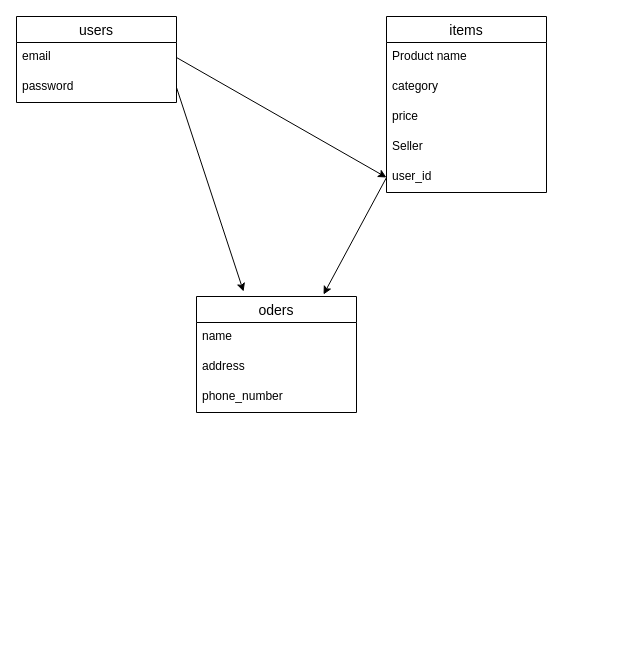
The draw.io diagram ER.dio in Syosen33/furima-40958, before the edit. Source tidied: cells renumbered, new cells numbered last; positions are measured from the earlier drawing's top-left corner, leaving out a move shared by most shapes. Both pictures are drawn from the tidied source at 100%, with x=0, y=0 at pixel (16, 16).
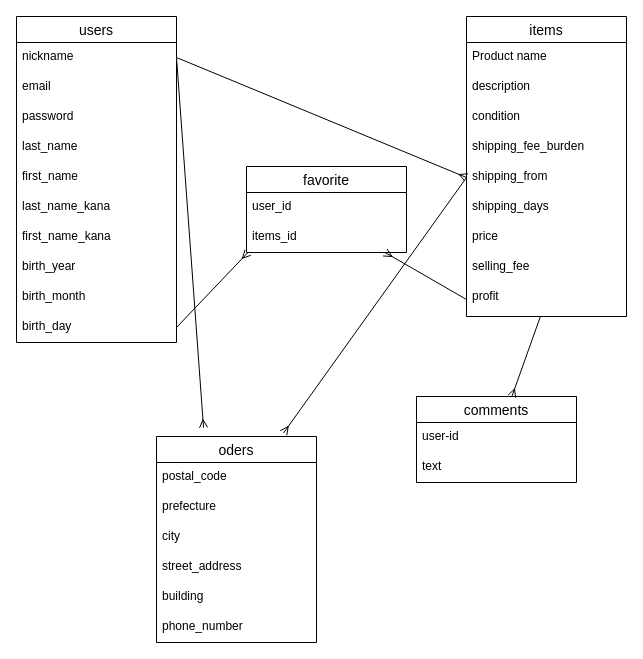
The same diagram, later.

Commit message (it also covers changes not shown here):
データベース設計修正

The edit, as a diff of the source:
```diff
@@
     <mxCell id="2" value="users" style="swimlane;fontStyle=0;horizontal=1;startSize=26;align=center;fontSize=14;" parent="1" vertex="1">
-      <mxGeometry width="160" height="86" as="geometry" />
+      <mxGeometry width="160" height="326" as="geometry" />
     </mxCell>
+    <mxCell id="4" value="nickname" style="text;strokeColor=none;fillColor=none;spacingLeft=4;spacingRight=4;overflow=hidden;points=[[0,0.5],[1,0.5]];portConstraint=eastwest;fontSize=12;" parent="2" vertex="1">
+      <mxGeometry y="26" width="160" height="30" as="geometry" />
+    </mxCell>
     <mxCell id="3" value="email" style="text;strokeColor=none;fillColor=none;spacingLeft=4;spacingRight=4;overflow=hidden;fontSize=12;" parent="2" vertex="1">
-      <mxGeometry y="26" width="160" height="30" as="geometry" />
+      <mxGeometry y="56" width="160" height="30" as="geometry" />
     </mxCell>
-    <mxCell id="4" value="password" style="text;strokeColor=none;fillColor=none;spacingLeft=4;spacingRight=4;overflow=hidden;points=[[0,0.5],[1,0.5]];portConstraint=eastwest;fontSize=12;" parent="2" vertex="1">
-      <mxGeometry y="56" width="160" height="30" as="geometry" />
-    </mxCell>
+    <mxCell id="18" value="password" style="text;strokeColor=none;fillColor=none;spacingLeft=4;spacingRight=4;overflow=hidden;fontSize=12;" parent="2" vertex="1">
+      <mxGeometry y="86" width="160" height="30" as="geometry" />
+    </mxCell>
+    <mxCell id="19" value="last_name" style="text;strokeColor=none;fillColor=none;spacingLeft=4;spacingRight=4;overflow=hidden;fontSize=12;" parent="2" vertex="1">
+      <mxGeometry y="116" width="160" height="30" as="geometry" />
+    </mxCell>
+    <mxCell id="20" value="first_name" style="text;strokeColor=none;fillColor=none;spacingLeft=4;spacingRight=4;overflow=hidden;fontSize=12;" parent="2" vertex="1">
+      <mxGeometry y="146" width="160" height="30" as="geometry" />
+    </mxCell>
+    <mxCell id="21" value="last_name_kana" style="text;strokeColor=none;fillColor=none;spacingLeft=4;spacingRight=4;overflow=hidden;fontSize=12;" parent="2" vertex="1">
+      <mxGeometry y="176" width="160" height="30" as="geometry" />
+    </mxCell>
+    <mxCell id="22" value="first_name_kana" style="text;strokeColor=none;fillColor=none;spacingLeft=4;spacingRight=4;overflow=hidden;fontSize=12;" parent="2" vertex="1">
+      <mxGeometry y="206" width="160" height="30" as="geometry" />
+    </mxCell>
+    <mxCell id="23" value="birth_year" style="text;strokeColor=none;fillColor=none;spacingLeft=4;spacingRight=4;overflow=hidden;fontSize=12;" parent="2" vertex="1">
+      <mxGeometry y="236" width="160" height="30" as="geometry" />
+    </mxCell>
+    <mxCell id="24" value="birth_month" style="text;strokeColor=none;fillColor=none;spacingLeft=4;spacingRight=4;overflow=hidden;fontSize=12;" parent="2" vertex="1">
+      <mxGeometry y="266" width="160" height="30" as="geometry" />
+    </mxCell>
+    <mxCell id="25" value="birth_day" style="text;strokeColor=none;fillColor=none;spacingLeft=4;spacingRight=4;overflow=hidden;points=[[0,0.5],[1,0.5]];portConstraint=eastwest;fontSize=12;" parent="2" vertex="1">
+      <mxGeometry y="296" width="160" height="30" as="geometry" />
+    </mxCell>
     <mxCell id="5" value="items" style="swimlane;fontStyle=0;horizontal=1;startSize=26;align=center;fontSize=14;" parent="1" vertex="1">
-      <mxGeometry x="370" width="160" height="176" as="geometry" />
+      <mxGeometry x="450" width="160" height="300" as="geometry" />
     </mxCell>
@@
-    <mxCell id="7" value="category" style="text;strokeColor=none;fillColor=none;spacingLeft=4;spacingRight=4;overflow=hidden;fontSize=12;" parent="5" vertex="1">
+    <mxCell id="7" value="description" style="text;strokeColor=none;fillColor=none;spacingLeft=4;spacingRight=4;overflow=hidden;fontSize=12;" parent="5" vertex="1">
       <mxGeometry y="56" width="160" height="30" as="geometry" />
     </mxCell>
-    <mxCell id="8" value="price" style="text;strokeColor=none;fillColor=none;spacingLeft=4;spacingRight=4;overflow=hidden;fontSize=12;" parent="5" vertex="1">
+    <mxCell id="8" value="condition" style="text;strokeColor=none;fillColor=none;spacingLeft=4;spacingRight=4;overflow=hidden;fontSize=12;" parent="5" vertex="1">
       <mxGeometry y="86" width="160" height="30" as="geometry" />
     </mxCell>
-    <mxCell id="9" value="Seller" style="text;strokeColor=none;fillColor=none;spacingLeft=4;spacingRight=4;overflow=hidden;fontSize=12;" parent="5" vertex="1">
+    <mxCell id="9" value="shipping_fee_burden" style="text;strokeColor=none;fillColor=none;spacingLeft=4;spacingRight=4;overflow=hidden;fontSize=12;" parent="5" vertex="1">
       <mxGeometry y="116" width="160" height="30" as="geometry" />
     </mxCell>
-    <mxCell id="10" value="user_id" style="text;strokeColor=none;fillColor=none;spacingLeft=4;spacingRight=4;overflow=hidden;points=[[0,0.5],[1,0.5]];portConstraint=eastwest;fontSize=12;" parent="5" vertex="1">
+    <mxCell id="10" value="shipping_from" style="text;strokeColor=none;fillColor=none;spacingLeft=4;spacingRight=4;overflow=hidden;points=[[0,0.5],[1,0.5]];portConstraint=eastwest;fontSize=12;" parent="5" vertex="1">
       <mxGeometry y="146" width="160" height="30" as="geometry" />
     </mxCell>
+    <mxCell id="26" value="shipping_days" style="text;strokeColor=none;fillColor=none;spacingLeft=4;spacingRight=4;overflow=hidden;fontSize=12;" parent="5" vertex="1">
+      <mxGeometry y="176" width="160" height="30" as="geometry" />
+    </mxCell>
+    <mxCell id="27" value="price" style="text;strokeColor=none;fillColor=none;spacingLeft=4;spacingRight=4;overflow=hidden;fontSize=12;" parent="5" vertex="1">
+      <mxGeometry y="206" width="160" height="30" as="geometry" />
+    </mxCell>
+    <mxCell id="28" value="selling_fee" style="text;strokeColor=none;fillColor=none;spacingLeft=4;spacingRight=4;overflow=hidden;fontSize=12;" parent="5" vertex="1">
+      <mxGeometry y="236" width="160" height="30" as="geometry" />
+    </mxCell>
+    <mxCell id="29" value="profit" style="text;strokeColor=none;fillColor=none;spacingLeft=4;spacingRight=4;overflow=hidden;points=[[0,0.5],[1,0.5]];portConstraint=eastwest;fontSize=12;" parent="5" vertex="1">
+      <mxGeometry y="266" width="160" height="34" as="geometry" />
+    </mxCell>
     <mxCell id="11" value="oders" style="swimlane;fontStyle=0;horizontal=1;startSize=26;align=center;fontSize=14;" parent="1" vertex="1">
-      <mxGeometry x="180" y="280" width="160" height="116" as="geometry" />
+      <mxGeometry x="140" y="420" width="160" height="206" as="geometry" />
     </mxCell>
-    <mxCell id="12" value="name" style="text;strokeColor=none;fillColor=none;spacingLeft=4;spacingRight=4;overflow=hidden;fontSize=12;" parent="11" vertex="1">
+    <mxCell id="12" value="postal_code" style="text;strokeColor=none;fillColor=none;spacingLeft=4;spacingRight=4;overflow=hidden;fontSize=12;" parent="11" vertex="1">
       <mxGeometry y="26" width="160" height="30" as="geometry" />
     </mxCell>
-    <mxCell id="13" value="address" style="text;strokeColor=none;fillColor=none;spacingLeft=4;spacingRight=4;overflow=hidden;fontSize=12;" parent="11" vertex="1">
+    <mxCell id="13" value="prefecture" style="text;strokeColor=none;fillColor=none;spacingLeft=4;spacingRight=4;overflow=hidden;fontSize=12;" parent="11" vertex="1">
       <mxGeometry y="56" width="160" height="30" as="geometry" />
     </mxCell>
-    <mxCell id="14" value="phone_number" style="text;strokeColor=none;fillColor=none;spacingLeft=4;spacingRight=4;overflow=hidden;fontSize=12;" parent="11" vertex="1">
+    <mxCell id="14" value="city" style="text;strokeColor=none;fillColor=none;spacingLeft=4;spacingRight=4;overflow=hidden;fontSize=12;" parent="11" vertex="1">
       <mxGeometry y="86" width="160" height="30" as="geometry" />
     </mxCell>
+    <mxCell id="30" value="street_address" style="text;strokeColor=none;fillColor=none;spacingLeft=4;spacingRight=4;overflow=hidden;fontSize=12;" parent="11" vertex="1">
+      <mxGeometry y="116" width="160" height="30" as="geometry" />
+    </mxCell>
+    <mxCell id="31" value="building" style="text;strokeColor=none;fillColor=none;spacingLeft=4;spacingRight=4;overflow=hidden;fontSize=12;" parent="11" vertex="1">
+      <mxGeometry y="146" width="160" height="30" as="geometry" />
+    </mxCell>
+    <mxCell id="32" value="phone_number" style="text;strokeColor=none;fillColor=none;spacingLeft=4;spacingRight=4;overflow=hidden;fontSize=12;" parent="11" vertex="1">
+      <mxGeometry y="176" width="160" height="30" as="geometry" />
+    </mxCell>
-    <mxCell id="15" style="edgeStyle=none;html=1;exitX=1;exitY=0.5;exitDx=0;exitDy=0;entryX=0;entryY=0.5;entryDx=0;entryDy=0;" parent="1" edge="1" target="10">
+    <mxCell id="15" style="edgeStyle=none;html=1;exitX=1;exitY=0.5;exitDx=0;exitDy=0;entryX=0;entryY=0.5;entryDx=0;entryDy=0;endArrow=ERmany;endFill=0;" parent="1" edge="1" target="10">
       <mxGeometry relative="1" as="geometry">
         <mxPoint x="160" y="41" as="sourcePoint" />
       </mxGeometry>
     </mxCell>
-    <mxCell id="16" style="edgeStyle=none;html=1;exitX=1;exitY=0.5;exitDx=0;exitDy=0;entryX=0.294;entryY=-0.043;entryDx=0;entryDy=0;entryPerimeter=0;" parent="1" edge="1" source="4" target="11">
+    <mxCell id="16" style="edgeStyle=none;html=1;exitX=1;exitY=0.5;exitDx=0;exitDy=0;entryX=0.294;entryY=-0.043;entryDx=0;entryDy=0;entryPerimeter=0;endArrow=ERmany;endFill=0;" parent="1" edge="1" source="4" target="11">
       <mxGeometry relative="1" as="geometry" />
     </mxCell>
-    <mxCell id="17" style="edgeStyle=none;html=1;exitX=0;exitY=0.5;exitDx=0;exitDy=0;entryX=0.794;entryY=-0.017;entryDx=0;entryDy=0;entryPerimeter=0;" parent="1" edge="1" source="10" target="11">
+    <mxCell id="17" style="edgeStyle=none;html=1;exitX=0;exitY=0.5;exitDx=0;exitDy=0;entryX=0.794;entryY=-0.017;entryDx=0;entryDy=0;entryPerimeter=0;endArrow=ERmany;endFill=0;" parent="1" edge="1" source="10" target="11">
       <mxGeometry relative="1" as="geometry" />
     </mxCell>
+    <mxCell id="33" value="comments" style="swimlane;fontStyle=0;horizontal=1;startSize=26;align=center;fontSize=14;" parent="1" vertex="1">
+      <mxGeometry x="400" y="380" width="160" height="86" as="geometry" />
+    </mxCell>
+    <mxCell id="34" value="user-id" style="text;strokeColor=none;fillColor=none;spacingLeft=4;spacingRight=4;overflow=hidden;fontSize=12;" parent="33" vertex="1">
+      <mxGeometry y="26" width="160" height="30" as="geometry" />
+    </mxCell>
+    <mxCell id="35" value="text" style="text;strokeColor=none;fillColor=none;spacingLeft=4;spacingRight=4;overflow=hidden;fontSize=12;" parent="33" vertex="1">
+      <mxGeometry y="56" width="160" height="30" as="geometry" />
+    </mxCell>
+    <mxCell id="36" value="favorite" style="swimlane;fontStyle=0;horizontal=1;startSize=26;align=center;fontSize=14;" parent="1" vertex="1">
+      <mxGeometry x="230" y="150" width="160" height="86" as="geometry" />
+    </mxCell>
+    <mxCell id="37" value="user_id" style="text;strokeColor=none;fillColor=none;spacingLeft=4;spacingRight=4;overflow=hidden;fontSize=12;" parent="36" vertex="1">
+      <mxGeometry y="26" width="160" height="30" as="geometry" />
+    </mxCell>
+    <mxCell id="38" value="items_id" style="text;strokeColor=none;fillColor=none;spacingLeft=4;spacingRight=4;overflow=hidden;points=[[0,0.5],[1,0.5]];portConstraint=eastwest;fontSize=12;" parent="36" vertex="1">
+      <mxGeometry y="56" width="160" height="30" as="geometry" />
+    </mxCell>
+    <mxCell id="39" style="edgeStyle=none;html=1;exitX=1;exitY=0.5;exitDx=0;exitDy=0;entryX=0.009;entryY=1;entryDx=0;entryDy=0;entryPerimeter=0;endArrow=ERmany;endFill=0;" parent="1" edge="1" source="25" target="38">
+      <mxGeometry relative="1" as="geometry" />
+    </mxCell>
+    <mxCell id="40" style="edgeStyle=none;html=1;exitX=0;exitY=0.5;exitDx=0;exitDy=0;entryX=0.866;entryY=1;entryDx=0;entryDy=0;entryPerimeter=0;endArrow=ERmany;endFill=0;" parent="1" edge="1" source="29" target="38">
+      <mxGeometry relative="1" as="geometry" />
+    </mxCell>
+    <mxCell id="41" style="edgeStyle=none;html=1;endArrow=ERmany;endFill=0;" parent="1" edge="1" source="29" target="33">
+      <mxGeometry relative="1" as="geometry" />
+    </mxCell>
```
